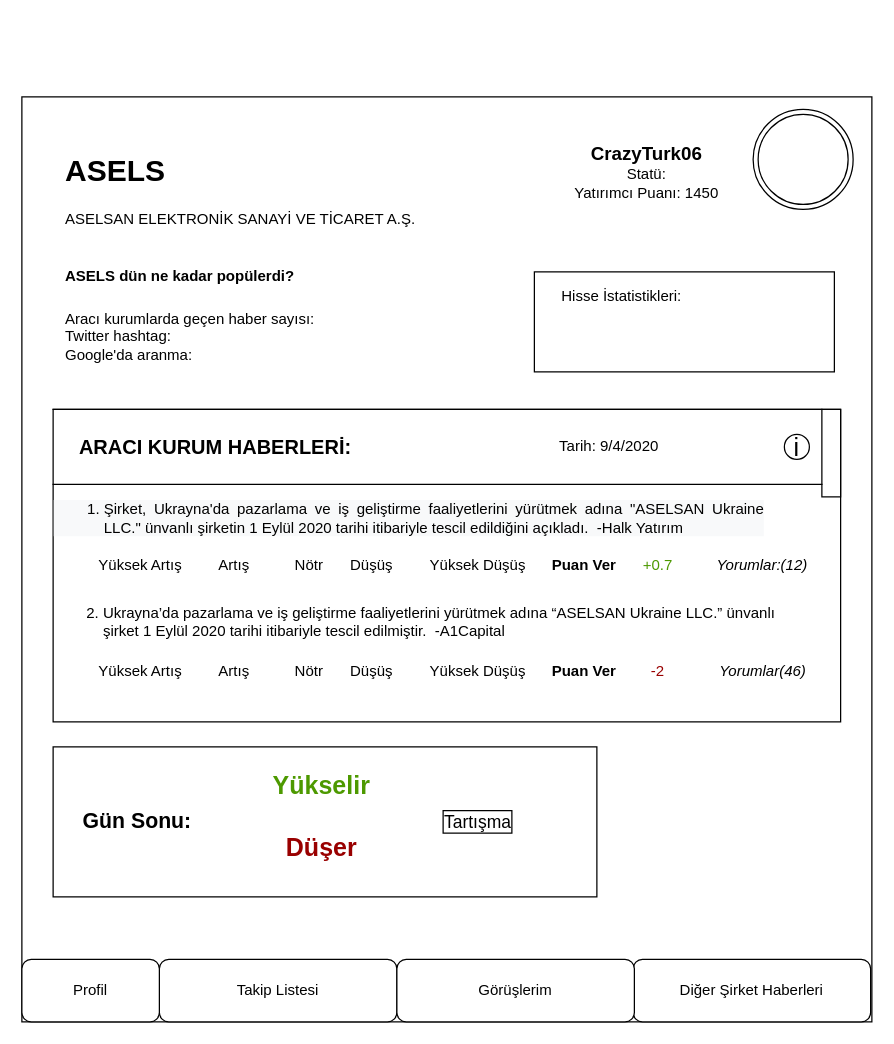
Earlier version of the draw.io diagram page "Page-2" (2 of 4) of Untitled Diagram.drawio (baradyu/ulakfin). Source tidied: cells renumbered, new cells numbered last; positions are measured from the earlier drawing's top-left corner, leaving out a move shared by most shapes. Both pictures are drawn from the tidied source at 125%, with x=0, y=0 at pixel (21, 96). Pictures stored in the file or linked from it are replaced by grey dashed boxes.
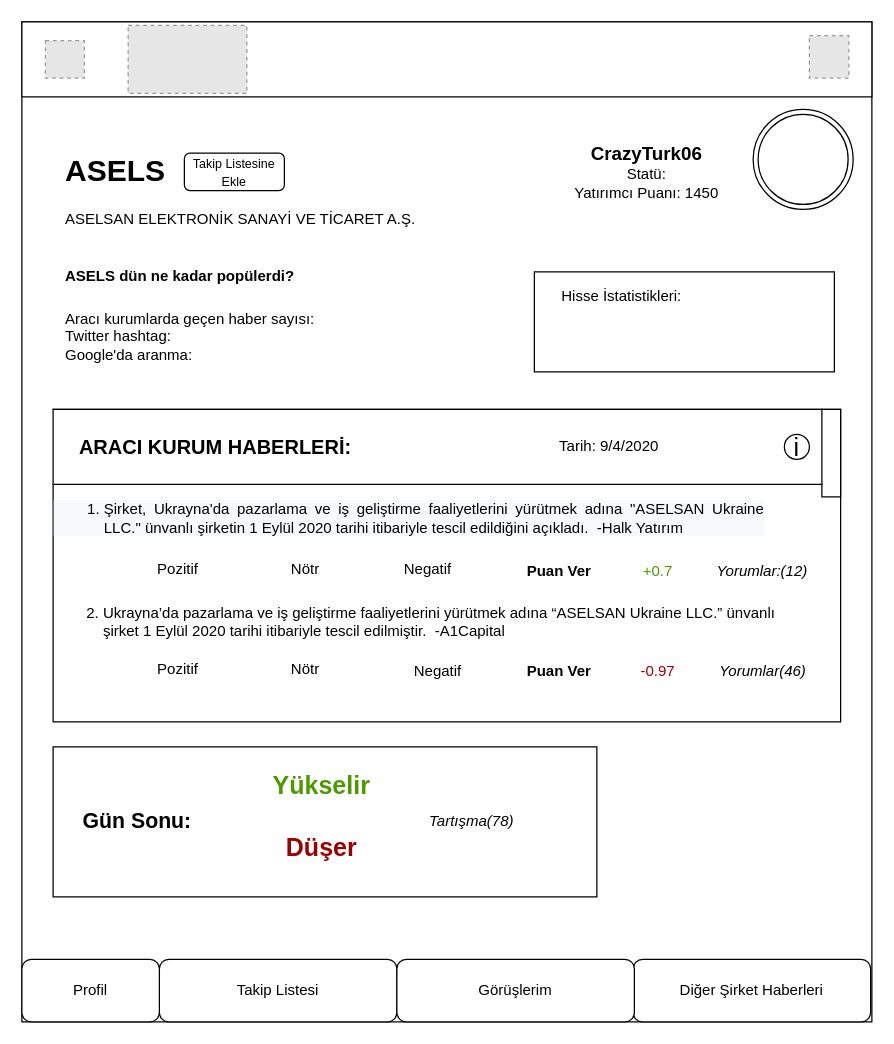
Above is the later version.

Change to the diagram source:
```diff
@@
     <mxCell id="4" style="rounded=0;whiteSpace=wrap;html=1;" parent="1" vertex="1">
-      <mxGeometry width="680" height="740" as="geometry" />
+      <mxGeometry y="-60" width="680" height="800" as="geometry" />
     </mxCell>
@@
     <mxCell id="12" value="Puan Ver" style="text;html=1;strokeColor=none;fillColor=none;align=center;verticalAlign=middle;whiteSpace=wrap;rounded=0;fontStyle=1;labelBackgroundColor=#ffffff;" parent="1" vertex="1">
-      <mxGeometry x="420" y="365" width="60" height="20" as="geometry" />
+      <mxGeometry x="400" y="370" width="60" height="20" as="geometry" />
     </mxCell>
-    <mxCell id="13" value="Yüksek Artış" style="text;html=1;strokeColor=none;fillColor=none;align=center;verticalAlign=middle;whiteSpace=wrap;rounded=0;" parent="1" vertex="1">
-      <mxGeometry x="50" y="365" width="90" height="20" as="geometry" />
-    </mxCell>
-    <mxCell id="14" value="Artış" style="text;html=1;strokeColor=none;fillColor=none;align=center;verticalAlign=middle;whiteSpace=wrap;rounded=0;" parent="1" vertex="1">
-      <mxGeometry x="150" y="365" width="40" height="20" as="geometry" />
-    </mxCell>
-    <mxCell id="15" value="Nötr" style="text;html=1;strokeColor=none;fillColor=none;align=center;verticalAlign=middle;whiteSpace=wrap;rounded=0;" parent="1" vertex="1">
-      <mxGeometry x="210" y="365" width="40" height="20" as="geometry" />
-    </mxCell>
-    <mxCell id="16" value="Düşüş" style="text;html=1;strokeColor=none;fillColor=none;align=center;verticalAlign=middle;whiteSpace=wrap;rounded=0;" parent="1" vertex="1">
-      <mxGeometry x="260" y="365" width="40" height="20" as="geometry" />
-    </mxCell>
-    <mxCell id="17" value="Yüksek Düşüş" style="text;html=1;strokeColor=none;fillColor=none;align=center;verticalAlign=middle;whiteSpace=wrap;rounded=0;" parent="1" vertex="1">
-      <mxGeometry x="320" y="365" width="90" height="20" as="geometry" />
-    </mxCell>
     <mxCell id="18" value="Yorumlar:(12)" style="text;html=1;strokeColor=none;fillColor=none;align=center;verticalAlign=middle;whiteSpace=wrap;rounded=0;fontStyle=2;" parent="1" vertex="1">
-      <mxGeometry x="555" y="365" width="75" height="20" as="geometry" />
+      <mxGeometry x="555" y="370" width="75" height="20" as="geometry" />
     </mxCell>
@@
-    <mxCell id="21" value="Yüksek Artış" style="text;html=1;strokeColor=none;fillColor=none;align=center;verticalAlign=middle;whiteSpace=wrap;rounded=0;" parent="1" vertex="1">
-      <mxGeometry x="50" y="450" width="90" height="20" as="geometry" />
-    </mxCell>
-    <mxCell id="22" value="Artış" style="text;html=1;strokeColor=none;fillColor=none;align=center;verticalAlign=middle;whiteSpace=wrap;rounded=0;" parent="1" vertex="1">
-      <mxGeometry x="150" y="450" width="40" height="20" as="geometry" />
-    </mxCell>
-    <mxCell id="23" value="Nötr" style="text;html=1;strokeColor=none;fillColor=none;align=center;verticalAlign=middle;whiteSpace=wrap;rounded=0;" parent="1" vertex="1">
-      <mxGeometry x="210" y="450" width="40" height="20" as="geometry" />
-    </mxCell>
-    <mxCell id="24" value="Düşüş" style="text;html=1;strokeColor=none;fillColor=none;align=center;verticalAlign=middle;whiteSpace=wrap;rounded=0;" parent="1" vertex="1">
-      <mxGeometry x="260" y="450" width="40" height="20" as="geometry" />
-    </mxCell>
-    <mxCell id="25" value="Yüksek Düşüş" style="text;html=1;strokeColor=none;fillColor=none;align=center;verticalAlign=middle;whiteSpace=wrap;rounded=0;" parent="1" vertex="1">
-      <mxGeometry x="320" y="450" width="90" height="20" as="geometry" />
-    </mxCell>
     <mxCell id="26" value="Puan Ver" style="text;html=1;strokeColor=none;fillColor=none;align=center;verticalAlign=middle;whiteSpace=wrap;rounded=0;fontStyle=1;labelBackgroundColor=#ffffff;" parent="1" vertex="1">
-      <mxGeometry x="420" y="450" width="60" height="20" as="geometry" />
+      <mxGeometry x="400" y="450" width="60" height="20" as="geometry" />
     </mxCell>
@@
     <mxCell id="36" value="&lt;font color=&quot;#4d9900&quot;&gt;+0.7&lt;/font&gt;" style="text;html=1;strokeColor=none;fillColor=none;align=center;verticalAlign=middle;whiteSpace=wrap;rounded=0;fontColor=#00CC00;" parent="1" vertex="1">
-      <mxGeometry x="489" y="365" width="40" height="20" as="geometry" />
+      <mxGeometry x="489" y="370" width="40" height="20" as="geometry" />
     </mxCell>
-    <mxCell id="37" value="&lt;font color=&quot;#990000&quot;&gt;-2&lt;/font&gt;" style="text;html=1;strokeColor=none;fillColor=none;align=center;verticalAlign=middle;whiteSpace=wrap;rounded=0;fontColor=#00CC00;" parent="1" vertex="1">
+    <mxCell id="37" value="&lt;font color=&quot;#990000&quot;&gt;-0.97&lt;br&gt;&lt;/font&gt;" style="text;html=1;strokeColor=none;fillColor=none;align=center;verticalAlign=middle;whiteSpace=wrap;rounded=0;fontColor=#00CC00;" parent="1" vertex="1">
       <mxGeometry x="489" y="450" width="40" height="20" as="geometry" />
     </mxCell>
@@
-    <mxCell id="43" value="Tartışma" style="text;html=1;strokeColor=none;fillColor=none;align=center;verticalAlign=middle;whiteSpace=wrap;rounded=0;labelBackgroundColor=none;fontSize=14;fontColor=#000000;labelBorderColor=#000000;" parent="1" vertex="1">
-      <mxGeometry x="345" y="570" width="40" height="20" as="geometry" />
-    </mxCell>
+    <mxCell id="44" style="rounded=0;whiteSpace=wrap;html=1;" parent="1" vertex="1">
+      <mxGeometry y="-60" width="680" height="60" as="geometry" />
+    </mxCell>
+    <mxCell id="45" style="fillColor=#E6E6E6;strokeColor=#999999;dashed=1;verticalLabelPosition=bottom;labelBackgroundColor=#ffffff;verticalAlign=top;" parent="1" vertex="1">
+      <mxGeometry x="18.8" y="-45" width="31.2" height="30" as="geometry" />
+    </mxCell>
+    <mxCell id="46" style="fillColor=#E6E6E6;strokeColor=#999999;dashed=1;verticalLabelPosition=bottom;labelBackgroundColor=#ffffff;verticalAlign=top;" parent="1" vertex="1">
+      <mxGeometry x="630" y="-49" width="31.6" height="34" as="geometry" />
+    </mxCell>
+    <mxCell id="47" style="fillColor=#E6E6E6;strokeColor=#999999;dashed=1;verticalLabelPosition=bottom;labelBackgroundColor=#ffffff;verticalAlign=top;" parent="1" vertex="1">
+      <mxGeometry x="85" y="-57.2" width="95" height="54.4" as="geometry" />
+    </mxCell>
+    <mxCell id="48" value="&lt;font style=&quot;font-size: 10px&quot;&gt;Takip Listesine Ekle&lt;/font&gt;" style="rounded=1;whiteSpace=wrap;html=1;" parent="1" vertex="1">
+      <mxGeometry x="130" y="45" width="80" height="30" as="geometry" />
+    </mxCell>
+    <mxCell id="49" value="Pozitif" style="text;html=1;strokeColor=none;fillColor=none;align=center;verticalAlign=middle;whiteSpace=wrap;rounded=0;" parent="1" vertex="1">
+      <mxGeometry x="90" y="365" width="70" height="25" as="geometry" />
+    </mxCell>
+    <mxCell id="50" value="Nötr" style="text;html=1;strokeColor=none;fillColor=none;align=center;verticalAlign=middle;whiteSpace=wrap;rounded=0;" parent="1" vertex="1">
+      <mxGeometry x="192.5" y="365" width="67.5" height="25" as="geometry" />
+    </mxCell>
+    <mxCell id="51" value="Negatif" style="text;html=1;strokeColor=none;fillColor=none;align=center;verticalAlign=middle;whiteSpace=wrap;rounded=0;" parent="1" vertex="1">
+      <mxGeometry x="305" y="367.5" width="40" height="20" as="geometry" />
+    </mxCell>
+    <mxCell id="52" value="Negatif" style="text;html=1;strokeColor=none;fillColor=none;align=center;verticalAlign=middle;whiteSpace=wrap;rounded=0;" parent="1" vertex="1">
+      <mxGeometry x="312.5" y="450" width="40" height="20" as="geometry" />
+    </mxCell>
+    <mxCell id="53" value="Nötr" style="text;html=1;strokeColor=none;fillColor=none;align=center;verticalAlign=middle;whiteSpace=wrap;rounded=0;" parent="1" vertex="1">
+      <mxGeometry x="192.5" y="445" width="67.5" height="25" as="geometry" />
+    </mxCell>
+    <mxCell id="54" value="Pozitif" style="text;html=1;strokeColor=none;fillColor=none;align=center;verticalAlign=middle;whiteSpace=wrap;rounded=0;" parent="1" vertex="1">
+      <mxGeometry x="90" y="445" width="70" height="25" as="geometry" />
+    </mxCell>
+    <mxCell id="55" value="&lt;i&gt;Tartışma(78)&lt;/i&gt;" style="text;html=1;strokeColor=none;fillColor=none;align=center;verticalAlign=middle;whiteSpace=wrap;rounded=0;" parent="1" vertex="1">
+      <mxGeometry x="300" y="570" width="120" height="20" as="geometry" />
+    </mxCell>
```
